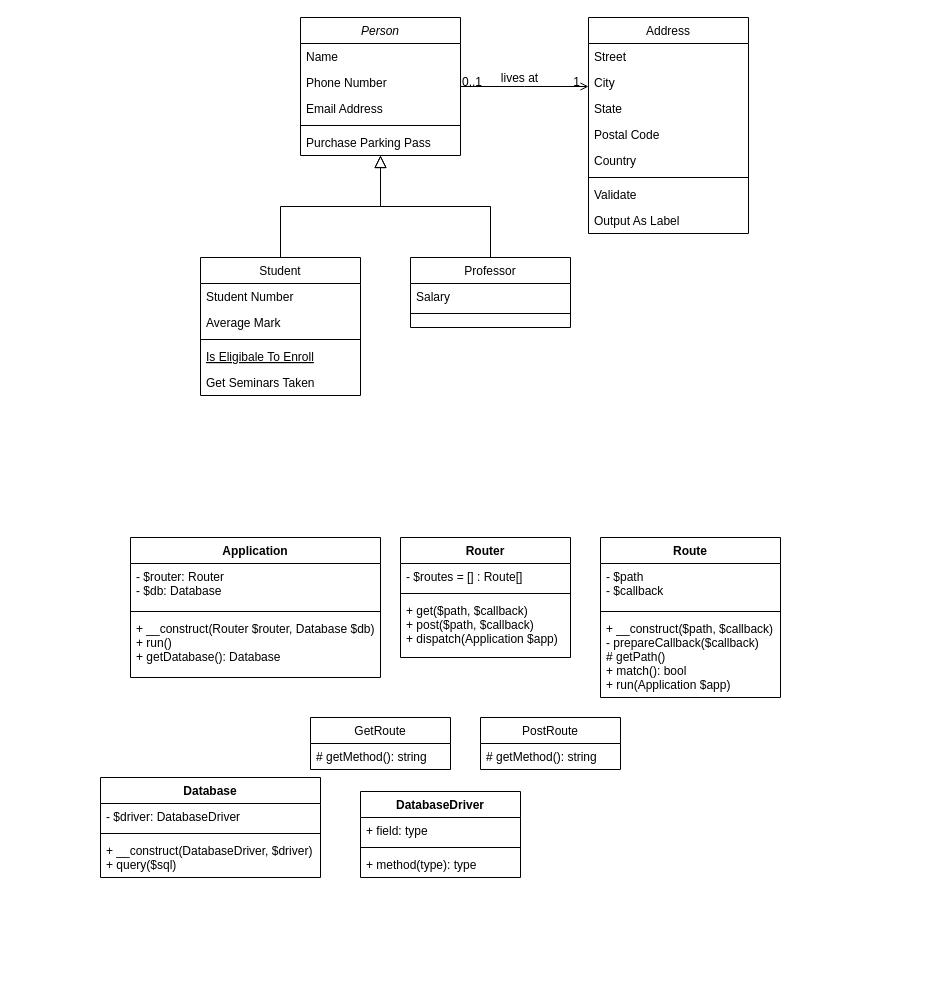
Above: Untitled Diagram.drawio in Skydescent/git-new (draw.io), before the change. Source tidied: cells renumbered, new cells numbered last; positions are measured from the earlier drawing's top-left corner, leaving out a move shared by most shapes. Both pictures are drawn from the tidied source at 100%, with x=0, y=0 at pixel (100, 17).
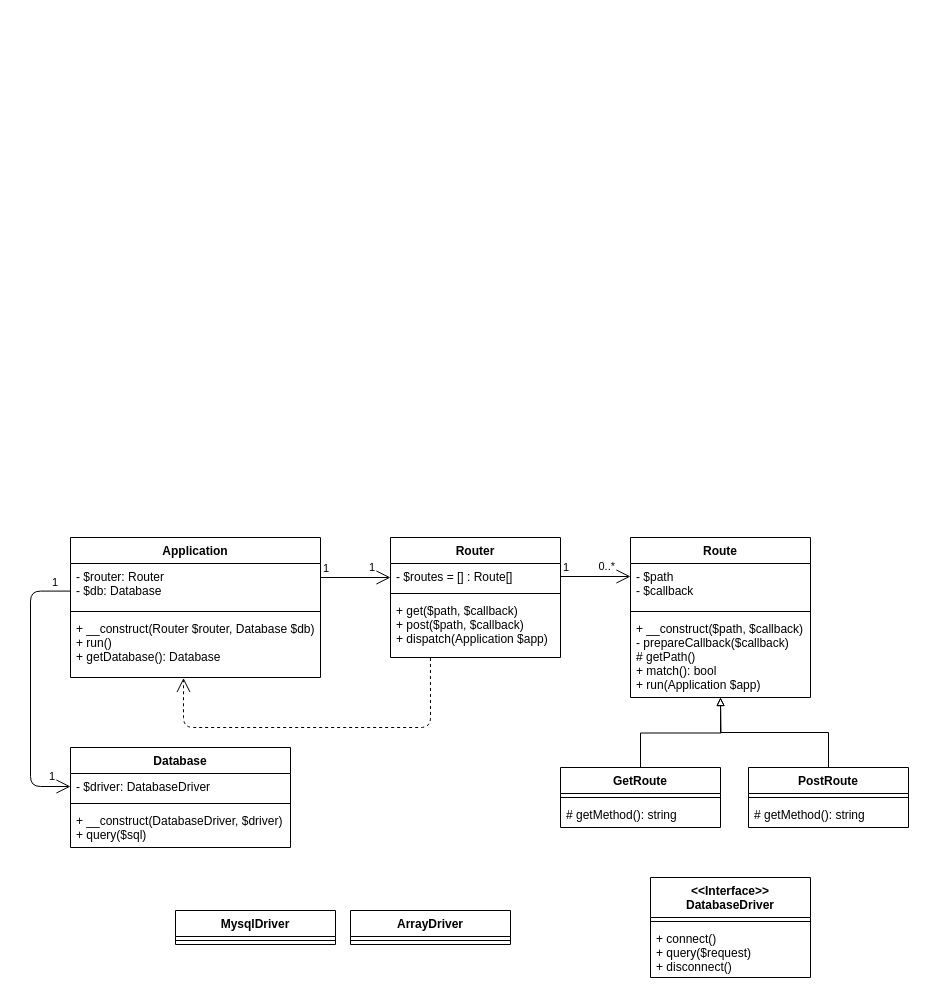
The same diagram, later.

The change refers to these unchanged cells:
```xml
<mxCell id="33" value="- $routes = [] : Route[]" style="text;strokeColor=none;fillColor=none;align=left;verticalAlign=top;spacingLeft=4;spacingRight=4;overflow=hidden;points=[[0,0.5],[1,0.5]];portConstraint=eastwest;" parent="32" vertex="1">
  <mxGeometry y="26" width="170" height="26" as="geometry" />
</mxCell>
<mxCell id="35" value="+ get($path, $callback)&#10;+ post($path, $callback)&#10;+ dispatch(Application $app)&#10;&#10;" style="text;strokeColor=none;fillColor=none;align=left;verticalAlign=top;spacingLeft=4;spacingRight=4;overflow=hidden;points=[[0,0.5],[1,0.5]];portConstraint=eastwest;" parent="32" vertex="1">
  <mxGeometry y="60" width="170" height="60" as="geometry" />
</mxCell>
<mxCell id="41" value="- $router: Router&#10;- $db: Database " style="text;strokeColor=none;fillColor=none;align=left;verticalAlign=top;spacingLeft=4;spacingRight=4;overflow=hidden;points=[[0,0.5],[1,0.5]];portConstraint=eastwest;" parent="40" vertex="1">
  <mxGeometry y="26" width="250" height="44" as="geometry" />
</mxCell>
<mxCell id="43" value="+ __construct(Router $router, Database $db)&#10;+ run()&#10;+ getDatabase(): Database&#10;" style="text;strokeColor=none;fillColor=none;align=left;verticalAlign=top;spacingLeft=4;spacingRight=4;overflow=hidden;points=[[0,0.5],[1,0.5]];portConstraint=eastwest;" parent="40" vertex="1">
  <mxGeometry y="78" width="250" height="62" as="geometry" />
</mxCell>
<mxCell id="49" value="- $driver: DatabaseDriver" style="text;strokeColor=none;fillColor=none;align=left;verticalAlign=top;spacingLeft=4;spacingRight=4;overflow=hidden;points=[[0,0.5],[1,0.5]];portConstraint=eastwest;" parent="48" vertex="1">
  <mxGeometry y="26" width="220" height="26" as="geometry" />
</mxCell>
```

The edit, as a diff of the source:
```diff
@@
-    <mxCell id="2" value="Person" style="swimlane;fontStyle=2;align=center;verticalAlign=top;horizontal=1;startSize=26;rounded=0;shadow=0;strokeWidth=1;" parent="1" vertex="1">
-      <mxGeometry x="200" width="160" height="138" as="geometry" />
-    </mxCell>
-    <mxCell id="3" value="Name" style="text;align=left;verticalAlign=top;spacingLeft=4;spacingRight=4;overflow=hidden;" parent="2" vertex="1">
-      <mxGeometry y="26" width="160" height="26" as="geometry" />
-    </mxCell>
-    <mxCell id="4" value="Phone Number" style="text;align=left;verticalAlign=top;spacingLeft=4;spacingRight=4;overflow=hidden;rounded=0;shadow=0;html=0;" parent="2" vertex="1">
-      <mxGeometry y="52" width="160" height="26" as="geometry" />
-    </mxCell>
-    <mxCell id="5" value="Email Address" style="text;align=left;verticalAlign=top;spacingLeft=4;spacingRight=4;overflow=hidden;rounded=0;shadow=0;html=0;" parent="2" vertex="1">
-      <mxGeometry y="78" width="160" height="26" as="geometry" />
-    </mxCell>
-    <mxCell id="6" style="line;html=1;strokeWidth=1;align=left;verticalAlign=middle;spacingTop=-1;spacingLeft=3;spacingRight=3;labelPosition=right;" parent="2" vertex="1">
-      <mxGeometry y="104" width="160" height="8" as="geometry" />
-    </mxCell>
-    <mxCell id="7" value="Purchase Parking Pass" style="text;align=left;verticalAlign=top;spacingLeft=4;spacingRight=4;overflow=hidden;" parent="2" vertex="1">
-      <mxGeometry y="112" width="160" height="26" as="geometry" />
-    </mxCell>
-    <mxCell id="8" value="Student" style="swimlane;fontStyle=0;align=center;verticalAlign=top;horizontal=1;startSize=26;rounded=0;shadow=0;strokeWidth=1;" parent="1" vertex="1">
-      <mxGeometry x="100" y="240" width="160" height="138" as="geometry" />
-    </mxCell>
-    <mxCell id="9" value="Student Number" style="text;align=left;verticalAlign=top;spacingLeft=4;spacingRight=4;overflow=hidden;" parent="8" vertex="1">
-      <mxGeometry y="26" width="160" height="26" as="geometry" />
-    </mxCell>
-    <mxCell id="10" value="Average Mark" style="text;align=left;verticalAlign=top;spacingLeft=4;spacingRight=4;overflow=hidden;rounded=0;shadow=0;html=0;" parent="8" vertex="1">
-      <mxGeometry y="52" width="160" height="26" as="geometry" />
-    </mxCell>
-    <mxCell id="11" style="line;html=1;strokeWidth=1;align=left;verticalAlign=middle;spacingTop=-1;spacingLeft=3;spacingRight=3;labelPosition=right;" parent="8" vertex="1">
-      <mxGeometry y="78" width="160" height="8" as="geometry" />
-    </mxCell>
-    <mxCell id="12" value="Is Eligibale To Enroll" style="text;align=left;verticalAlign=top;spacingLeft=4;spacingRight=4;overflow=hidden;fontStyle=4;" parent="8" vertex="1">
-      <mxGeometry y="86" width="160" height="26" as="geometry" />
-    </mxCell>
-    <mxCell id="13" value="Get Seminars Taken" style="text;align=left;verticalAlign=top;spacingLeft=4;spacingRight=4;overflow=hidden;" parent="8" vertex="1">
-      <mxGeometry y="112" width="160" height="26" as="geometry" />
-    </mxCell>
-    <mxCell id="14" style="endArrow=block;endSize=10;endFill=0;shadow=0;strokeWidth=1;rounded=0;edgeStyle=elbowEdgeStyle;elbow=vertical;" parent="1" edge="1" source="8" target="2">
-      <mxGeometry relative="1" as="geometry" />
-    </mxCell>
-    <mxCell id="15" value="Professor" style="swimlane;fontStyle=0;align=center;verticalAlign=top;horizontal=1;startSize=26;rounded=0;shadow=0;strokeWidth=1;" parent="1" vertex="1">
-      <mxGeometry x="310" y="240" width="160" height="70" as="geometry" />
-    </mxCell>
-    <mxCell id="16" value="Salary" style="text;align=left;verticalAlign=top;spacingLeft=4;spacingRight=4;overflow=hidden;" parent="15" vertex="1">
-      <mxGeometry y="26" width="160" height="26" as="geometry" />
-    </mxCell>
-    <mxCell id="17" style="line;html=1;strokeWidth=1;align=left;verticalAlign=middle;spacingTop=-1;spacingLeft=3;spacingRight=3;labelPosition=right;" parent="15" vertex="1">
-      <mxGeometry y="52" width="160" height="8" as="geometry" />
-    </mxCell>
-    <mxCell id="18" style="endArrow=block;endSize=10;endFill=0;shadow=0;strokeWidth=1;rounded=0;edgeStyle=elbowEdgeStyle;elbow=vertical;" parent="1" edge="1" source="15" target="2">
-      <mxGeometry relative="1" as="geometry" />
-    </mxCell>
-    <mxCell id="19" value="Address" style="swimlane;fontStyle=0;align=center;verticalAlign=top;horizontal=1;startSize=26;rounded=0;shadow=0;strokeWidth=1;" parent="1" vertex="1">
-      <mxGeometry x="488" width="160" height="216" as="geometry" />
-    </mxCell>
-    <mxCell id="20" value="Street" style="text;align=left;verticalAlign=top;spacingLeft=4;spacingRight=4;overflow=hidden;" parent="19" vertex="1">
-      <mxGeometry y="26" width="160" height="26" as="geometry" />
-    </mxCell>
-    <mxCell id="21" value="City" style="text;align=left;verticalAlign=top;spacingLeft=4;spacingRight=4;overflow=hidden;rounded=0;shadow=0;html=0;" parent="19" vertex="1">
-      <mxGeometry y="52" width="160" height="26" as="geometry" />
-    </mxCell>
-    <mxCell id="22" value="State" style="text;align=left;verticalAlign=top;spacingLeft=4;spacingRight=4;overflow=hidden;rounded=0;shadow=0;html=0;" parent="19" vertex="1">
-      <mxGeometry y="78" width="160" height="26" as="geometry" />
-    </mxCell>
-    <mxCell id="23" value="Postal Code" style="text;align=left;verticalAlign=top;spacingLeft=4;spacingRight=4;overflow=hidden;rounded=0;shadow=0;html=0;" parent="19" vertex="1">
-      <mxGeometry y="104" width="160" height="26" as="geometry" />
-    </mxCell>
-    <mxCell id="24" value="Country" style="text;align=left;verticalAlign=top;spacingLeft=4;spacingRight=4;overflow=hidden;rounded=0;shadow=0;html=0;" parent="19" vertex="1">
-      <mxGeometry y="130" width="160" height="26" as="geometry" />
-    </mxCell>
-    <mxCell id="25" style="line;html=1;strokeWidth=1;align=left;verticalAlign=middle;spacingTop=-1;spacingLeft=3;spacingRight=3;labelPosition=right;" parent="19" vertex="1">
-      <mxGeometry y="156" width="160" height="8" as="geometry" />
-    </mxCell>
-    <mxCell id="26" value="Validate" style="text;align=left;verticalAlign=top;spacingLeft=4;spacingRight=4;overflow=hidden;" parent="19" vertex="1">
-      <mxGeometry y="164" width="160" height="26" as="geometry" />
-    </mxCell>
-    <mxCell id="27" value="Output As Label" style="text;align=left;verticalAlign=top;spacingLeft=4;spacingRight=4;overflow=hidden;" parent="19" vertex="1">
-      <mxGeometry y="190" width="160" height="26" as="geometry" />
-    </mxCell>
-    <mxCell id="28" style="endArrow=open;shadow=0;strokeWidth=1;rounded=0;endFill=1;edgeStyle=elbowEdgeStyle;elbow=vertical;" parent="1" edge="1" source="2" target="19">
-      <mxGeometry x="0.5" y="41" relative="1" as="geometry">
-        <mxPoint x="-40" y="32" as="offset" />
-      </mxGeometry>
-    </mxCell>
-    <mxCell id="29" value="0..1" style="align=left;verticalAlign=bottom;labelBackgroundColor=none;fontSize=12;" parent="28" vertex="1">
-      <mxGeometry x="-1" relative="1" as="geometry">
-        <mxPoint y="4" as="offset" />
-      </mxGeometry>
-    </mxCell>
-    <mxCell id="30" value="1" style="align=right;verticalAlign=bottom;labelBackgroundColor=none;fontSize=12;" parent="28" vertex="1">
-      <mxGeometry x="1" relative="1" as="geometry">
-        <mxPoint x="-7" y="4" as="offset" />
-      </mxGeometry>
-    </mxCell>
-    <mxCell id="31" value="lives at" style="text;html=1;align=center;verticalAlign=middle;labelBackgroundColor=none;rounded=0;shadow=0;strokeWidth=1;fontSize=12;" parent="28" vertex="1">
-      <mxGeometry x="0.5" y="49" relative="1" as="geometry">
-        <mxPoint x="-38" y="40" as="offset" />
-      </mxGeometry>
-    </mxCell>
+    <mxCell id="36" value="Route" style="swimlane;fontStyle=1;align=center;verticalAlign=top;horizontal=1;startSize=26;" parent="1" vertex="1">
+      <mxGeometry x="530" y="520" width="180" height="160" as="geometry" />
+    </mxCell>
+    <mxCell id="37" value="- $path&#10;- $callback" style="text;strokeColor=none;fillColor=none;align=left;verticalAlign=top;spacingLeft=4;spacingRight=4;overflow=hidden;" parent="36" vertex="1">
+      <mxGeometry y="26" width="180" height="44" as="geometry" />
+    </mxCell>
+    <mxCell id="38" style="line;strokeWidth=1;fillColor=none;align=left;verticalAlign=middle;spacingTop=-1;spacingLeft=3;spacingRight=3;labelPosition=right;" parent="36" vertex="1">
+      <mxGeometry y="70" width="180" height="8" as="geometry" />
+    </mxCell>
+    <mxCell id="39" value="+ __construct($path, $callback)&#10;- prepareCallback($callback)&#10;# getPath()&#10;+ match(): bool&#10;+ run(Application $app)" style="text;strokeColor=none;fillColor=none;align=left;verticalAlign=top;spacingLeft=4;spacingRight=4;overflow=hidden;points=[[0,0.5],[1,0.5]];portConstraint=eastwest;" parent="36" vertex="1">
+      <mxGeometry y="78" width="180" height="82" as="geometry" />
+    </mxCell>
+    <mxCell id="56" style="edgeStyle=orthogonalEdgeStyle;rounded=0;jettySize=auto;html=1;exitX=0.5;exitY=0;exitDx=0;exitDy=0;entryX=0.5;entryY=1;entryDx=0;entryDy=0;entryPerimeter=0;endArrow=block;endFill=0;" parent="1" edge="1" source="44" target="39">
+      <mxGeometry relative="1" as="geometry" />
+    </mxCell>
+    <mxCell id="44" value="PostRoute" style="swimlane;fontStyle=1;align=center;verticalAlign=top;horizontal=1;startSize=26;rounded=0;" parent="1" vertex="1">
+      <mxGeometry x="648" y="750" width="160" height="60" as="geometry" />
+    </mxCell>
+    <mxCell id="57" style="line;strokeWidth=1;fillColor=none;align=left;verticalAlign=middle;spacingTop=-1;spacingLeft=3;spacingRight=3;labelPosition=right;" parent="44" vertex="1">
+      <mxGeometry y="26" width="160" height="8" as="geometry" />
+    </mxCell>
+    <mxCell id="58" value="# getMethod(): string" style="text;strokeColor=none;fillColor=none;align=left;verticalAlign=top;spacingLeft=4;spacingRight=4;overflow=hidden;" parent="44" vertex="1">
+      <mxGeometry y="34" width="160" height="26" as="geometry" />
+    </mxCell>
+    <mxCell id="59" style="edgeStyle=orthogonalEdgeStyle;rounded=0;jettySize=auto;html=1;exitX=0.5;exitY=0;exitDx=0;exitDy=0;endArrow=block;endFill=0;" parent="1" edge="1" source="46">
+      <mxGeometry relative="1" as="geometry">
+        <mxPoint x="620" y="680" as="targetPoint" />
+      </mxGeometry>
+    </mxCell>
+    <mxCell id="46" value="GetRoute" style="swimlane;fontStyle=1;align=center;verticalAlign=top;horizontal=1;startSize=26;rounded=0;" parent="1" vertex="1">
+      <mxGeometry x="460" y="750" width="160" height="60" as="geometry" />
+    </mxCell>
+    <mxCell id="60" style="line;strokeWidth=1;fillColor=none;align=left;verticalAlign=middle;spacingTop=-1;spacingLeft=3;spacingRight=3;labelPosition=right;" parent="46" vertex="1">
+      <mxGeometry y="26" width="160" height="8" as="geometry" />
+    </mxCell>
+    <mxCell id="61" value="# getMethod(): string" style="text;strokeColor=none;fillColor=none;align=left;verticalAlign=top;spacingLeft=4;spacingRight=4;overflow=hidden;" parent="46" vertex="1">
+      <mxGeometry y="34" width="160" height="26" as="geometry" />
+    </mxCell>
+    <mxCell id="62" value="&lt;&lt;Interface&gt;&gt;&#10;DatabaseDriver" style="swimlane;fontStyle=1;align=center;verticalAlign=top;horizontal=1;startSize=40;rounded=0;" parent="1" vertex="1">
+      <mxGeometry x="550" y="860" width="160" height="100" as="geometry" />
+    </mxCell>
+    <mxCell id="63" style="line;strokeWidth=1;fillColor=none;align=left;verticalAlign=middle;spacingTop=-1;spacingLeft=3;spacingRight=3;labelPosition=right;" parent="62" vertex="1">
+      <mxGeometry y="40" width="160" height="8" as="geometry" />
+    </mxCell>
+    <mxCell id="64" value="+ connect()&#10;+ query($request)&#10;+ disconnect()" style="text;strokeColor=none;fillColor=none;align=left;verticalAlign=top;spacingLeft=4;spacingRight=4;overflow=hidden;" parent="62" vertex="1">
+      <mxGeometry y="48" width="160" height="52" as="geometry" />
+    </mxCell>
+    <mxCell id="65" value="MysqlDriver" style="swimlane;fontStyle=1;align=center;verticalAlign=top;horizontal=1;startSize=26;rounded=0;" parent="1" vertex="1">
+      <mxGeometry x="75" y="893" width="160" height="34" as="geometry" />
+    </mxCell>
+    <mxCell id="66" style="line;strokeWidth=1;fillColor=none;align=left;verticalAlign=middle;spacingTop=-1;spacingLeft=3;spacingRight=3;labelPosition=right;" parent="65" vertex="1">
+      <mxGeometry y="26" width="160" height="8" as="geometry" />
+    </mxCell>
+    <mxCell id="67" style="endArrow=open;html=1;endSize=12;startArrow=none;startSize=14;startFill=0;edgeStyle=orthogonalEdgeStyle;shadow=0;exitX=1;exitY=0.5;exitDx=0;exitDy=0;" parent="1" edge="1" source="33">
+      <mxGeometry x="0.3" y="-12" relative="1" as="geometry">
+        <mxPoint x="530" y="559" as="targetPoint" />
+        <Array as="points">
+          <mxPoint x="530" y="559" />
+        </Array>
+      </mxGeometry>
+    </mxCell>
+    <mxCell id="68" value="1" style="edgeLabel;html=1;align=left;verticalAlign=top;" parent="67" vertex="1">
+      <mxGeometry x="-1" relative="1" as="geometry">
+        <mxPoint x="1" y="-22" as="offset" />
+      </mxGeometry>
+    </mxCell>
+    <mxCell id="69" value="0..*" style="edgeLabel;html=1;align=right;verticalAlign=top;" parent="67" vertex="1">
+      <mxGeometry x="1" relative="1" as="geometry">
+        <mxPoint x="-15" y="-23" as="offset" />
+      </mxGeometry>
+    </mxCell>
     <mxCell id="32" value="Router" style="swimlane;fontStyle=1;align=center;verticalAlign=top;horizontal=1;startSize=26;" parent="1" vertex="1">
-      <mxGeometry x="300" y="520" width="170" height="120" as="geometry" />
+      <mxGeometry x="290" y="520" width="170" height="120" as="geometry" />
     </mxCell>
@@
-    <mxCell id="36" value="Route" style="swimlane;fontStyle=1;align=center;verticalAlign=top;horizontal=1;startSize=26;" parent="1" vertex="1">
-      <mxGeometry x="500" y="520" width="180" height="160" as="geometry" />
-    </mxCell>
-    <mxCell id="37" value="- $path&#10;- $callback" style="text;strokeColor=none;fillColor=none;align=left;verticalAlign=top;spacingLeft=4;spacingRight=4;overflow=hidden;" parent="36" vertex="1">
-      <mxGeometry y="26" width="180" height="44" as="geometry" />
-    </mxCell>
-    <mxCell id="38" style="line;strokeWidth=1;fillColor=none;align=left;verticalAlign=middle;spacingTop=-1;spacingLeft=3;spacingRight=3;labelPosition=right;" parent="36" vertex="1">
-      <mxGeometry y="70" width="180" height="8" as="geometry" />
-    </mxCell>
-    <mxCell id="39" value="+ __construct($path, $callback)&#10;- prepareCallback($callback)&#10;# getPath()&#10;+ match(): bool&#10;+ run(Application $app)" style="text;strokeColor=none;fillColor=none;align=left;verticalAlign=top;spacingLeft=4;spacingRight=4;overflow=hidden;points=[[0,0.5],[1,0.5]];portConstraint=eastwest;" parent="36" vertex="1">
-      <mxGeometry y="78" width="180" height="82" as="geometry" />
-    </mxCell>
+    <mxCell id="70" style="endArrow=open;html=1;endSize=12;startArrow=none;startSize=14;startFill=0;edgeStyle=orthogonalEdgeStyle;shadow=0;exitX=1;exitY=0.5;exitDx=0;exitDy=0;" parent="1" edge="1">
+      <mxGeometry x="0.3" y="-12" relative="1" as="geometry">
+        <mxPoint x="220" y="560" as="sourcePoint" />
+        <mxPoint x="290" y="560" as="targetPoint" />
+        <Array as="points">
+          <mxPoint x="290" y="560" />
+        </Array>
+      </mxGeometry>
+    </mxCell>
+    <mxCell id="71" value="1" style="edgeLabel;html=1;align=left;verticalAlign=top;" parent="70" vertex="1">
+      <mxGeometry x="-1" relative="1" as="geometry">
+        <mxPoint x="1" y="-22" as="offset" />
+      </mxGeometry>
+    </mxCell>
+    <mxCell id="72" value="1" style="edgeLabel;html=1;align=right;verticalAlign=top;" parent="70" vertex="1">
+      <mxGeometry x="1" relative="1" as="geometry">
+        <mxPoint x="-15" y="-23" as="offset" />
+      </mxGeometry>
+    </mxCell>
     <mxCell id="40" value="Application" style="swimlane;fontStyle=1;align=center;verticalAlign=top;horizontal=1;startSize=26;" parent="1" vertex="1">
-      <mxGeometry x="30" y="520" width="250" height="140" as="geometry" />
+      <mxGeometry x="-30" y="520" width="250" height="140" as="geometry" />
     </mxCell>
@@
-    <mxCell id="44" value="PostRoute" style="swimlane;fontStyle=0;horizontal=1;startSize=26;fillColor=none;" parent="1" vertex="1">
-      <mxGeometry x="380" y="700" width="140" height="52" as="geometry" />
-    </mxCell>
-    <mxCell id="45" value="# getMethod(): string" style="text;strokeColor=none;fillColor=none;align=left;verticalAlign=top;spacingLeft=4;spacingRight=4;overflow=hidden;" parent="44" vertex="1">
-      <mxGeometry y="26" width="140" height="26" as="geometry" />
-    </mxCell>
-    <mxCell id="46" value="GetRoute" style="swimlane;fontStyle=0;horizontal=1;startSize=26;fillColor=none;" parent="1" vertex="1">
-      <mxGeometry x="210" y="700" width="140" height="52" as="geometry" />
-    </mxCell>
-    <mxCell id="47" value="# getMethod(): string" style="text;strokeColor=none;fillColor=none;align=left;verticalAlign=top;spacingLeft=4;spacingRight=4;overflow=hidden;" parent="46" vertex="1">
-      <mxGeometry y="26" width="140" height="26" as="geometry" />
-    </mxCell>
+    <mxCell id="73" style="endArrow=open;endSize=12;dashed=1;html=1;shadow=0;exitX=0.235;exitY=1.008;exitDx=0;exitDy=0;exitPerimeter=0;entryX=0.452;entryY=1.008;entryDx=0;entryDy=0;entryPerimeter=0;" parent="1" edge="1" source="35" target="43">
+      <mxGeometry relative="1" as="geometry">
+        <Array as="points">
+          <mxPoint x="330" y="710" />
+          <mxPoint x="83" y="710" />
+        </Array>
+      </mxGeometry>
+    </mxCell>
     <mxCell id="48" value="Database" style="swimlane;fontStyle=1;align=center;verticalAlign=top;horizontal=1;startSize=26;" parent="1" vertex="1">
-      <mxGeometry y="760" width="220" height="100" as="geometry" />
+      <mxGeometry x="-30" y="730" width="220" height="100" as="geometry" />
     </mxCell>
@@
-    <mxCell id="52" value="DatabaseDriver" style="swimlane;fontStyle=1;align=center;verticalAlign=top;horizontal=1;startSize=26;" parent="1" vertex="1">
-      <mxGeometry x="260" y="774" width="160" height="86" as="geometry" />
-    </mxCell>
-    <mxCell id="53" value="+ field: type" style="text;strokeColor=none;fillColor=none;align=left;verticalAlign=top;spacingLeft=4;spacingRight=4;overflow=hidden;" parent="52" vertex="1">
-      <mxGeometry y="26" width="160" height="26" as="geometry" />
-    </mxCell>
-    <mxCell id="54" style="line;strokeWidth=1;fillColor=none;align=left;verticalAlign=middle;spacingTop=-1;spacingLeft=3;spacingRight=3;labelPosition=right;" parent="52" vertex="1">
-      <mxGeometry y="52" width="160" height="8" as="geometry" />
-    </mxCell>
-    <mxCell id="55" value="+ method(type): type" style="text;strokeColor=none;fillColor=none;align=left;verticalAlign=top;spacingLeft=4;spacingRight=4;overflow=hidden;" parent="52" vertex="1">
-      <mxGeometry y="60" width="160" height="26" as="geometry" />
-    </mxCell>
+    <mxCell id="74" style="endArrow=open;html=1;endSize=12;startArrow=none;startSize=14;startFill=0;edgeStyle=orthogonalEdgeStyle;shadow=0;exitX=0;exitY=0.627;exitDx=0;exitDy=0;exitPerimeter=0;entryX=0;entryY=0.5;entryDx=0;entryDy=0;" parent="1" edge="1" source="41" target="49">
+      <mxGeometry x="0.3" y="-12" relative="1" as="geometry">
+        <Array as="points">
+          <mxPoint x="-70" y="574" />
+          <mxPoint x="-70" y="769" />
+        </Array>
+      </mxGeometry>
+    </mxCell>
+    <mxCell id="75" value="1" style="edgeLabel;html=1;align=left;verticalAlign=top;" parent="74" vertex="1">
+      <mxGeometry x="-1" relative="1" as="geometry">
+        <mxPoint x="-20" y="-22" as="offset" />
+      </mxGeometry>
+    </mxCell>
+    <mxCell id="76" value="1" style="edgeLabel;html=1;align=right;verticalAlign=top;" parent="74" vertex="1">
+      <mxGeometry x="1" relative="1" as="geometry">
+        <mxPoint x="-15" y="-23" as="offset" />
+      </mxGeometry>
+    </mxCell>
+    <mxCell id="77" value="ArrayDriver" style="swimlane;fontStyle=1;align=center;verticalAlign=top;horizontal=1;startSize=26;rounded=0;" parent="1" vertex="1">
+      <mxGeometry x="250" y="893" width="160" height="34" as="geometry" />
+    </mxCell>
+    <mxCell id="78" style="line;strokeWidth=1;fillColor=none;align=left;verticalAlign=middle;spacingTop=-1;spacingLeft=3;spacingRight=3;labelPosition=right;" parent="77" vertex="1">
+      <mxGeometry y="26" width="160" height="8" as="geometry" />
+    </mxCell>
```
